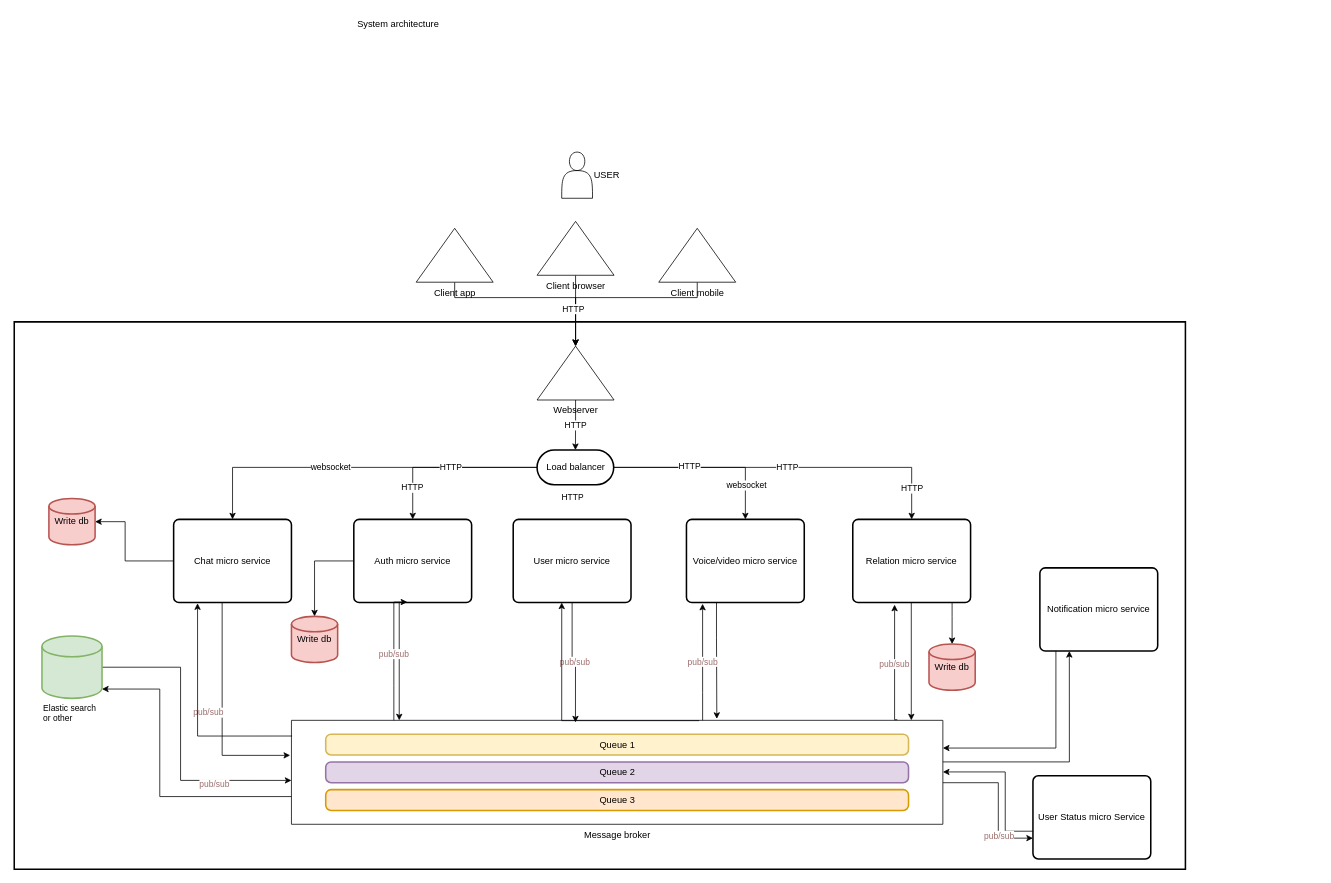
Above: documentation/first-draft.sysarc.drawio in SD-2-semester/DLS-semester-project (draw.io), before the change. Source tidied: cells renumbered, new cells numbered last; positions are measured from the earlier drawing's top-left corner, leaving out a move shared by most shapes. Both pictures are drawn from the tidied source at 77%, with x=0, y=0 at pixel (14, 13).
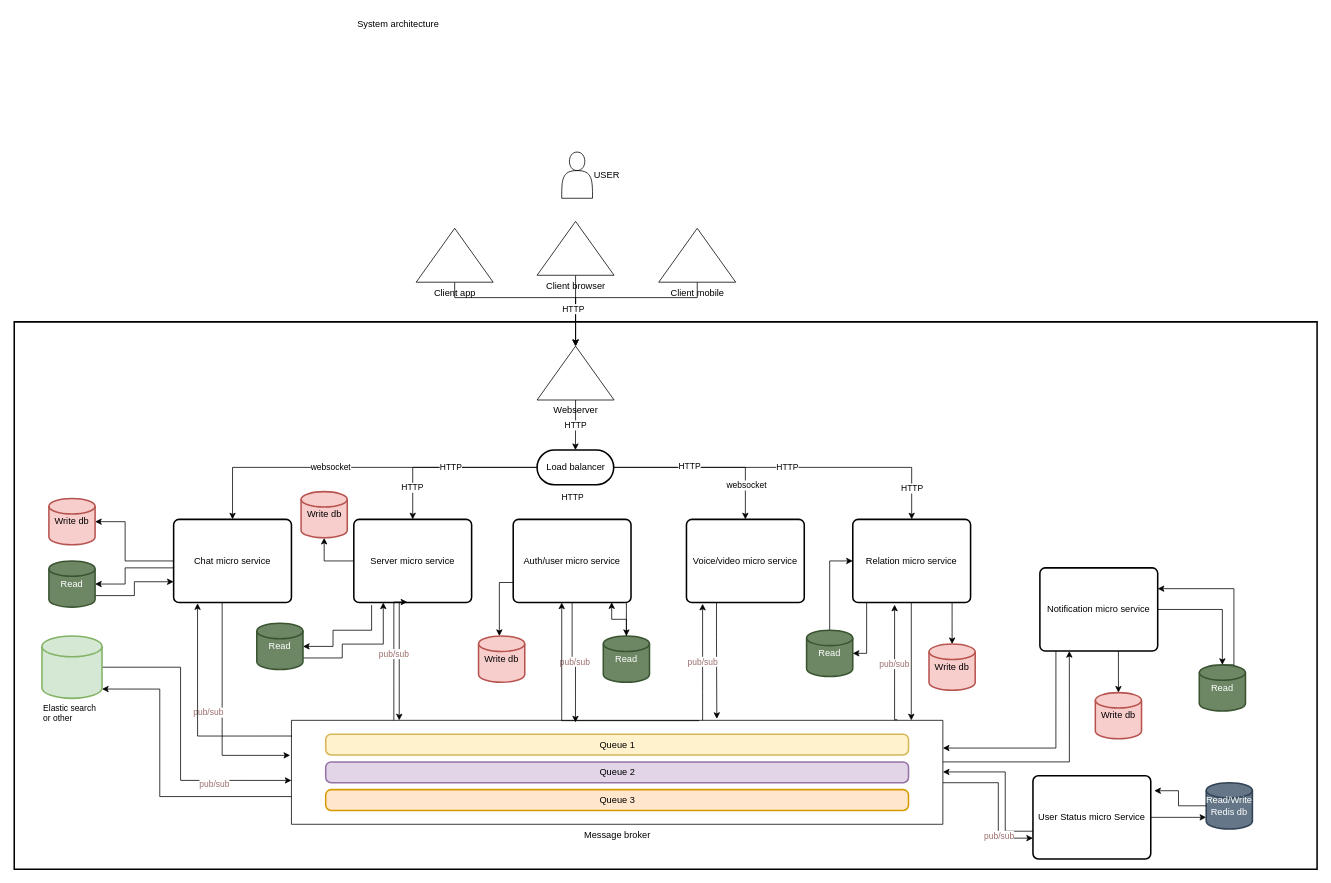
The same diagram, later.

Unchanged cells that the change refers to:
```xml
<mxCell id="29" value="Chat micro service" style="rounded=1;whiteSpace=wrap;html=1;absoluteArcSize=1;arcSize=14;strokeWidth=2;fillColor=none;" parent="1" vertex="1">
  <mxGeometry x="207" y="657" width="153" height="108" as="geometry" />
</mxCell>
<mxCell id="52" value="Relation micro service" style="rounded=1;whiteSpace=wrap;html=1;absoluteArcSize=1;arcSize=14;strokeWidth=2;fillColor=none;" parent="1" vertex="1">
  <mxGeometry x="1089" y="657" width="153" height="108" as="geometry" />
</mxCell>
<mxCell id="57" value="Notification micro service" style="rounded=1;whiteSpace=wrap;html=1;absoluteArcSize=1;arcSize=14;strokeWidth=2;fillColor=none;" parent="1" vertex="1">
  <mxGeometry x="1332" y="720" width="153" height="108" as="geometry" />
</mxCell>
<mxCell id="59" value="User Status micro Service" style="rounded=1;whiteSpace=wrap;html=1;absoluteArcSize=1;arcSize=14;strokeWidth=2;fillColor=none;" parent="1" vertex="1">
  <mxGeometry x="1323" y="990" width="153" height="108" as="geometry" />
</mxCell>
```

The edit, as a diff of the source:
```diff
@@
     <mxCell id="6" style="verticalLabelPosition=bottom;verticalAlign=top;html=1;shape=mxgraph.basic.rect;fillColor2=none;strokeWidth=2;size=20;indent=5;fillColor=none;" parent="1" vertex="1">
-      <mxGeometry y="400.5" width="1521" height="711" as="geometry" />
+      <mxGeometry y="400.5" width="1692" height="711" as="geometry" />
     </mxCell>
@@
-    <mxCell id="30" style="edgeStyle=orthogonalEdgeStyle;rounded=0;jettySize=auto;html=1;fontSize=11;fontColor=#9c6d6d;" parent="1" edge="1" source="32" target="44">
+    <mxCell id="30" style="edgeStyle=orthogonalEdgeStyle;rounded=0;jettySize=auto;html=1;fontSize=11;fontColor=#9c6d6d;entryX=0.5;entryY=1;entryDx=0;entryDy=0;entryPerimeter=0;" parent="1" edge="1" source="32" target="44">
       <mxGeometry relative="1" as="geometry" />
     </mxCell>
@@
-    <mxCell id="32" value="Auth micro service" style="rounded=1;whiteSpace=wrap;html=1;absoluteArcSize=1;arcSize=14;strokeWidth=2;fillColor=none;" parent="1" vertex="1">
+    <mxCell id="32" value="Server micro service" style="rounded=1;whiteSpace=wrap;html=1;absoluteArcSize=1;arcSize=14;strokeWidth=2;fillColor=none;" parent="1" vertex="1">
       <mxGeometry x="441" y="657" width="153" height="108" as="geometry" />
     </mxCell>
@@
     <mxCell id="44" value="Write db" style="strokeWidth=2;html=1;shape=mxgraph.flowchart.database;whiteSpace=wrap;fillColor=#f8cecc;strokeColor=#b85450;" parent="1" vertex="1">
-      <mxGeometry x="360" y="783" width="60" height="60" as="geometry" />
+      <mxGeometry x="372.5" y="621" width="60" height="60" as="geometry" />
     </mxCell>
@@
+    <mxCell id="64" style="edgeStyle=orthogonalEdgeStyle;rounded=0;jettySize=auto;html=1;" parent="1" edge="1" source="48" target="74">
+      <mxGeometry relative="1" as="geometry">
+        <Array as="points">
+          <mxPoint x="795" y="774" />
+          <mxPoint x="795" y="774" />
+        </Array>
+      </mxGeometry>
+    </mxCell>
-    <mxCell id="48" value="User micro service" style="rounded=1;whiteSpace=wrap;html=1;absoluteArcSize=1;arcSize=14;strokeWidth=2;fillColor=none;" parent="1" vertex="1">
+    <mxCell id="48" value="Auth/user micro service" style="rounded=1;whiteSpace=wrap;html=1;absoluteArcSize=1;arcSize=14;strokeWidth=2;fillColor=none;" parent="1" vertex="1">
       <mxGeometry x="648" y="657" width="153" height="108" as="geometry" />
     </mxCell>
@@
+    <mxCell id="65" style="edgeStyle=orthogonalEdgeStyle;rounded=0;jettySize=auto;html=1;" parent="1" edge="1" source="59" target="84">
+      <mxGeometry relative="1" as="geometry">
+        <Array as="points">
+          <mxPoint x="1530" y="1044" />
+          <mxPoint x="1530" y="1044" />
+        </Array>
+      </mxGeometry>
+    </mxCell>
@@
+    <mxCell id="66" style="edgeStyle=orthogonalEdgeStyle;rounded=0;jettySize=auto;html=1;fontSize=11;fontColor=#9c6d6d;" parent="1" edge="1" target="67">
+      <mxGeometry relative="1" as="geometry">
+        <mxPoint x="648.5" y="738" as="sourcePoint" />
+        <Array as="points">
+          <mxPoint x="630" y="739" />
+        </Array>
+      </mxGeometry>
+    </mxCell>
+    <mxCell id="67" value="Write db" style="strokeWidth=2;html=1;shape=mxgraph.flowchart.database;whiteSpace=wrap;fillColor=#f8cecc;strokeColor=#b85450;" parent="1" vertex="1">
+      <mxGeometry x="603" y="808.5" width="60" height="60" as="geometry" />
+    </mxCell>
+    <mxCell id="68" style="edgeStyle=orthogonalEdgeStyle;rounded=0;jettySize=auto;html=1;entryX=0;entryY=0.75;entryDx=0;entryDy=0;" parent="1" edge="1" source="69" target="29">
+      <mxGeometry relative="1" as="geometry">
+        <Array as="points">
+          <mxPoint x="156" y="756" />
+          <mxPoint x="156" y="738" />
+        </Array>
+      </mxGeometry>
+    </mxCell>
+    <mxCell id="69" value="Read" style="strokeWidth=2;html=1;shape=mxgraph.flowchart.database;whiteSpace=wrap;fillColor=#6d8764;strokeColor=#3A5431;fontColor=#ffffff;" parent="1" vertex="1">
+      <mxGeometry x="45" y="711" width="60" height="60" as="geometry" />
+    </mxCell>
+    <mxCell id="70" style="edgeStyle=orthogonalEdgeStyle;rounded=0;jettySize=auto;html=1;entryX=1;entryY=0.5;entryDx=0;entryDy=0;entryPerimeter=0;" parent="1" edge="1" source="29" target="69">
+      <mxGeometry relative="1" as="geometry">
+        <Array as="points">
+          <mxPoint x="144" y="720" />
+          <mxPoint x="144" y="741" />
+        </Array>
+      </mxGeometry>
+    </mxCell>
+    <mxCell id="71" style="edgeStyle=orthogonalEdgeStyle;rounded=0;jettySize=auto;html=1;entryX=0.25;entryY=1;entryDx=0;entryDy=0;" parent="1" edge="1" source="72" target="32">
+      <mxGeometry relative="1" as="geometry">
+        <Array as="points">
+          <mxPoint x="426" y="837" />
+          <mxPoint x="426" y="819" />
+          <mxPoint x="479" y="819" />
+        </Array>
+      </mxGeometry>
+    </mxCell>
+    <mxCell id="72" value="Read" style="strokeWidth=2;html=1;shape=mxgraph.flowchart.database;whiteSpace=wrap;fillColor=#6d8764;strokeColor=#3A5431;fontColor=#ffffff;" parent="1" vertex="1">
+      <mxGeometry x="315" y="792" width="60" height="60" as="geometry" />
+    </mxCell>
+    <mxCell id="73" style="edgeStyle=orthogonalEdgeStyle;rounded=0;jettySize=auto;html=1;entryX=1;entryY=0.5;entryDx=0;entryDy=0;entryPerimeter=0;exitX=0.151;exitY=1.03;exitDx=0;exitDy=0;exitPerimeter=0;" parent="1" edge="1" source="32" target="72">
+      <mxGeometry relative="1" as="geometry">
+        <Array as="points">
+          <mxPoint x="464" y="801" />
+          <mxPoint x="414" y="801" />
+          <mxPoint x="414" y="822" />
+        </Array>
+      </mxGeometry>
+    </mxCell>
+    <mxCell id="74" value="Read" style="strokeWidth=2;html=1;shape=mxgraph.flowchart.database;whiteSpace=wrap;fillColor=#6d8764;strokeColor=#3A5431;fontColor=#ffffff;" parent="1" vertex="1">
+      <mxGeometry x="765" y="808.5" width="60" height="60" as="geometry" />
+    </mxCell>
+    <mxCell id="75" style="edgeStyle=orthogonalEdgeStyle;rounded=0;jettySize=auto;html=1;entryX=0.836;entryY=0.997;entryDx=0;entryDy=0;entryPerimeter=0;" parent="1" edge="1" source="74" target="48">
+      <mxGeometry relative="1" as="geometry" />
+    </mxCell>
+    <mxCell id="76" style="edgeStyle=orthogonalEdgeStyle;rounded=0;jettySize=auto;html=1;entryX=0;entryY=0.5;entryDx=0;entryDy=0;" parent="1" edge="1" source="77" target="52">
+      <mxGeometry relative="1" as="geometry" />
+    </mxCell>
+    <mxCell id="77" value="Read" style="strokeWidth=2;html=1;shape=mxgraph.flowchart.database;whiteSpace=wrap;fillColor=#6d8764;strokeColor=#3A5431;fontColor=#ffffff;" parent="1" vertex="1">
+      <mxGeometry x="1029" y="801" width="60" height="60" as="geometry" />
+    </mxCell>
+    <mxCell id="78" style="edgeStyle=orthogonalEdgeStyle;rounded=0;jettySize=auto;html=1;entryX=1;entryY=0.5;entryDx=0;entryDy=0;entryPerimeter=0;" parent="1" edge="1" source="52" target="77">
+      <mxGeometry relative="1" as="geometry">
+        <Array as="points">
+          <mxPoint x="1107" y="831" />
+        </Array>
+      </mxGeometry>
+    </mxCell>
+    <mxCell id="79" style="edgeStyle=orthogonalEdgeStyle;rounded=0;jettySize=auto;html=1;fontSize=11;fontColor=#9c6d6d;" parent="1" edge="1" target="80">
+      <mxGeometry relative="1" as="geometry">
+        <mxPoint x="1434" y="828" as="sourcePoint" />
+        <Array as="points">
+          <mxPoint x="1434" y="846" />
+          <mxPoint x="1434" y="846" />
+        </Array>
+      </mxGeometry>
+    </mxCell>
+    <mxCell id="80" value="Write db" style="strokeWidth=2;html=1;shape=mxgraph.flowchart.database;whiteSpace=wrap;fillColor=#f8cecc;strokeColor=#b85450;" parent="1" vertex="1">
+      <mxGeometry x="1404" y="882" width="60" height="60" as="geometry" />
+    </mxCell>
+    <mxCell id="81" style="edgeStyle=orthogonalEdgeStyle;rounded=0;jettySize=auto;html=1;entryX=1;entryY=0.25;entryDx=0;entryDy=0;exitX=0.5;exitY=0;exitDx=0;exitDy=0;exitPerimeter=0;" parent="1" edge="1" source="82" target="57">
+      <mxGeometry relative="1" as="geometry">
+        <Array as="points">
+          <mxPoint x="1584" y="846" />
+          <mxPoint x="1584" y="747" />
+        </Array>
+      </mxGeometry>
+    </mxCell>
+    <mxCell id="82" value="Read" style="strokeWidth=2;html=1;shape=mxgraph.flowchart.database;whiteSpace=wrap;fillColor=#6d8764;strokeColor=#3A5431;fontColor=#ffffff;" parent="1" vertex="1">
+      <mxGeometry x="1539" y="846" width="60" height="60" as="geometry" />
+    </mxCell>
+    <mxCell id="83" style="edgeStyle=orthogonalEdgeStyle;rounded=0;jettySize=auto;html=1;entryX=0.5;entryY=0;entryDx=0;entryDy=0;entryPerimeter=0;" parent="1" edge="1" source="57" target="82">
+      <mxGeometry relative="1" as="geometry" />
+    </mxCell>
+    <mxCell id="84" value="Read/Write Redis db" style="strokeWidth=2;html=1;shape=mxgraph.flowchart.database;whiteSpace=wrap;fillColor=#647687;strokeColor=#314354;fontColor=#ffffff;" parent="1" vertex="1">
+      <mxGeometry x="1548" y="999" width="60" height="60" as="geometry" />
+    </mxCell>
+    <mxCell id="85" style="edgeStyle=orthogonalEdgeStyle;rounded=0;jettySize=auto;html=1;entryX=1.03;entryY=0.18;entryDx=0;entryDy=0;entryPerimeter=0;" parent="1" edge="1" source="84" target="59">
+      <mxGeometry relative="1" as="geometry" />
+    </mxCell>
```
